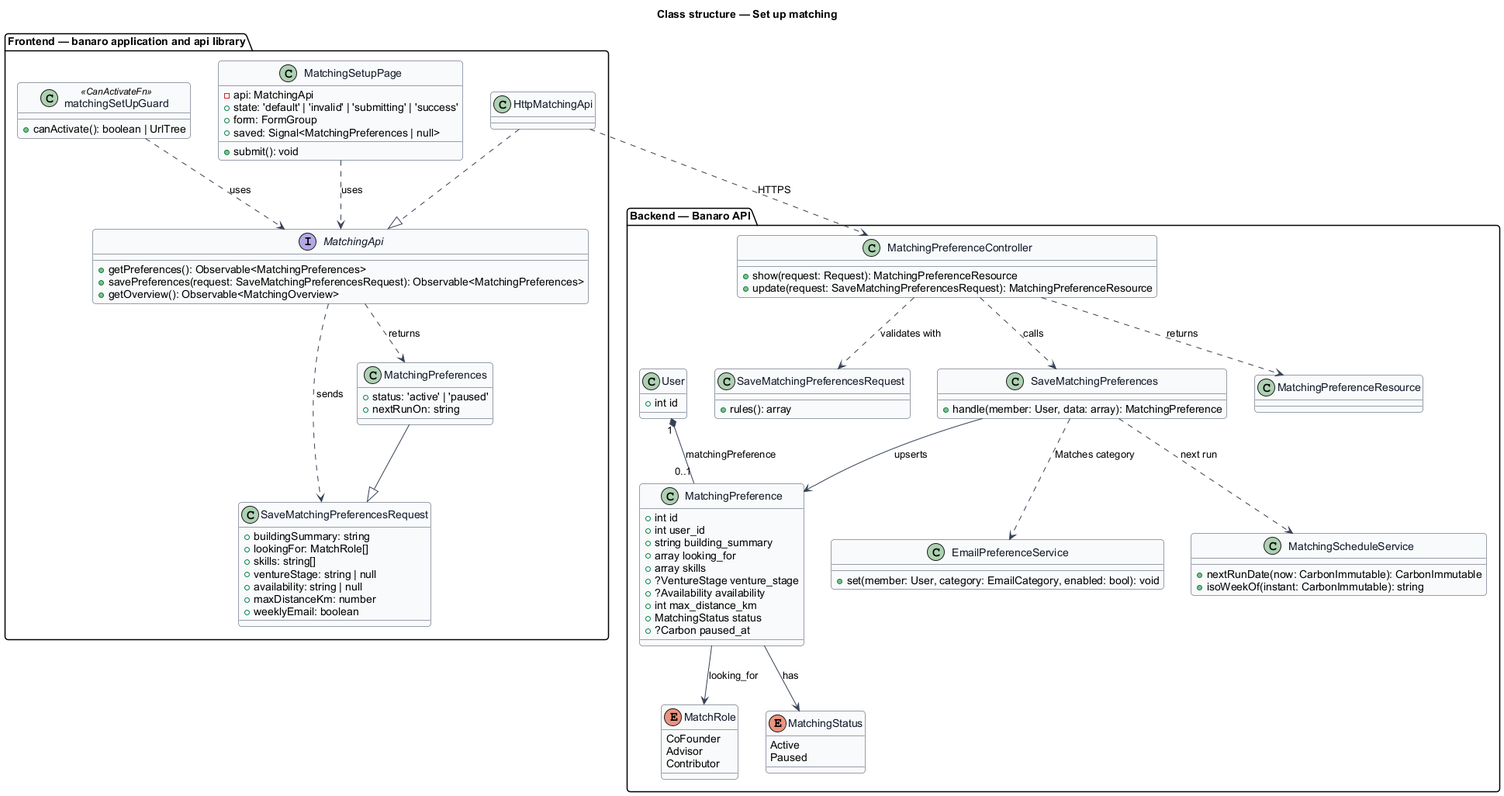
Earlier version of the PlantUML export docs/detailed-designs/matching/set-up-matching/diagrams/class-structure.png (QuinntyneBrown/banaro).
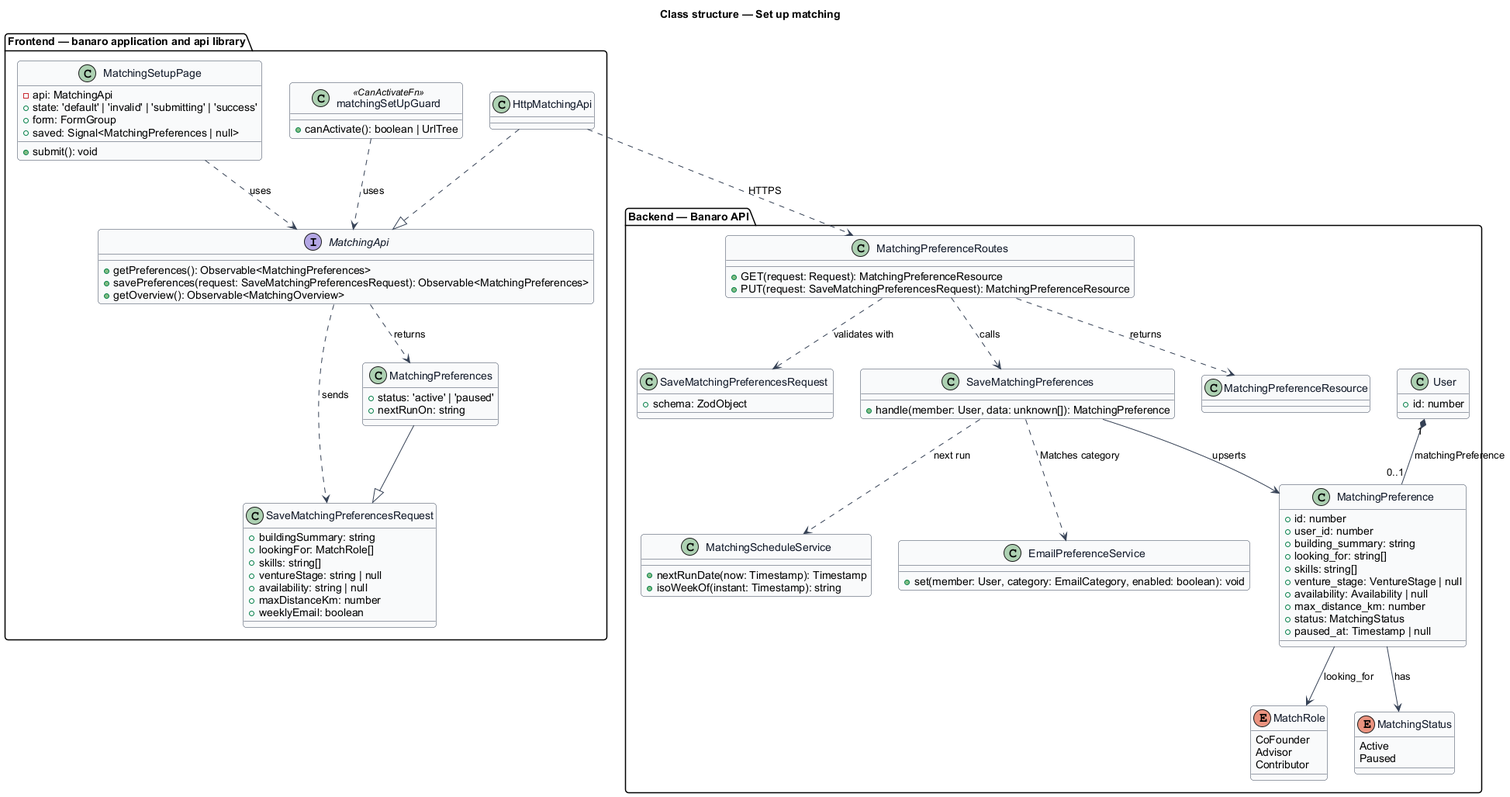
The same diagram one commit later.

The edit, as a diff of the source:
```diff
@@ -44,37 +44,37 @@
 }
 
 package "Backend — Banaro API" {
-  class MatchingPreferenceController {
-    +show(request: Request): MatchingPreferenceResource
-    +update(request: SaveMatchingPreferencesRequest): MatchingPreferenceResource
+  class MatchingPreferenceRoutes {
+    +GET(request: Request): MatchingPreferenceResource
+    +PUT(request: SaveMatchingPreferencesRequest): MatchingPreferenceResource
   }
   class "SaveMatchingPreferencesRequest " as SaveReq {
-    +rules(): array
+    +schema: ZodObject
   }
   class SaveMatchingPreferences {
-    +handle(member: User, data: array): MatchingPreference
+    +handle(member: User, data: unknown[]): MatchingPreference
   }
   class MatchingScheduleService {
-    +nextRunDate(now: CarbonImmutable): CarbonImmutable
-    +isoWeekOf(instant: CarbonImmutable): string
+    +nextRunDate(now: Timestamp): Timestamp
+    +isoWeekOf(instant: Timestamp): string
   }
   class EmailPreferenceService {
-    +set(member: User, category: EmailCategory, enabled: bool): void
+    +set(member: User, category: EmailCategory, enabled: boolean): void
   }
   class User {
-    +int id
+    +id: number
   }
   class MatchingPreference {
-    +int id
-    +int user_id
-    +string building_summary
-    +array looking_for
-    +array skills
-    +?VentureStage venture_stage
-    +?Availability availability
-    +int max_distance_km
-    +MatchingStatus status
-    +?Carbon paused_at
+    +id: number
+    +user_id: number
+    +building_summary: string
+    +looking_for: string[]
+    +skills: string[]
+    +venture_stage: VentureStage | null
+    +availability: Availability | null
+    +max_distance_km: number
+    +status: MatchingStatus
+    +paused_at: Timestamp | null
   }
   enum MatchRole {
     CoFounder
@@ -94,11 +94,11 @@
 MatchingApi ..> SaveMatchingPreferencesRequest : sends
 MatchingApi ..> MatchingPreferences : returns
 MatchingPreferences --|> SaveMatchingPreferencesRequest
-HttpMatchingApi ..> MatchingPreferenceController : HTTPS
+HttpMatchingApi ..> MatchingPreferenceRoutes : HTTPS
 
-MatchingPreferenceController ..> SaveReq : validates with
-MatchingPreferenceController ..> SaveMatchingPreferences : calls
-MatchingPreferenceController ..> MatchingPreferenceResource : returns
+MatchingPreferenceRoutes ..> SaveReq : validates with
+MatchingPreferenceRoutes ..> SaveMatchingPreferences : calls
+MatchingPreferenceRoutes ..> MatchingPreferenceResource : returns
 SaveMatchingPreferences ..> MatchingScheduleService : next run
 SaveMatchingPreferences ..> EmailPreferenceService : Matches category
 SaveMatchingPreferences --> MatchingPreference : upserts
```
